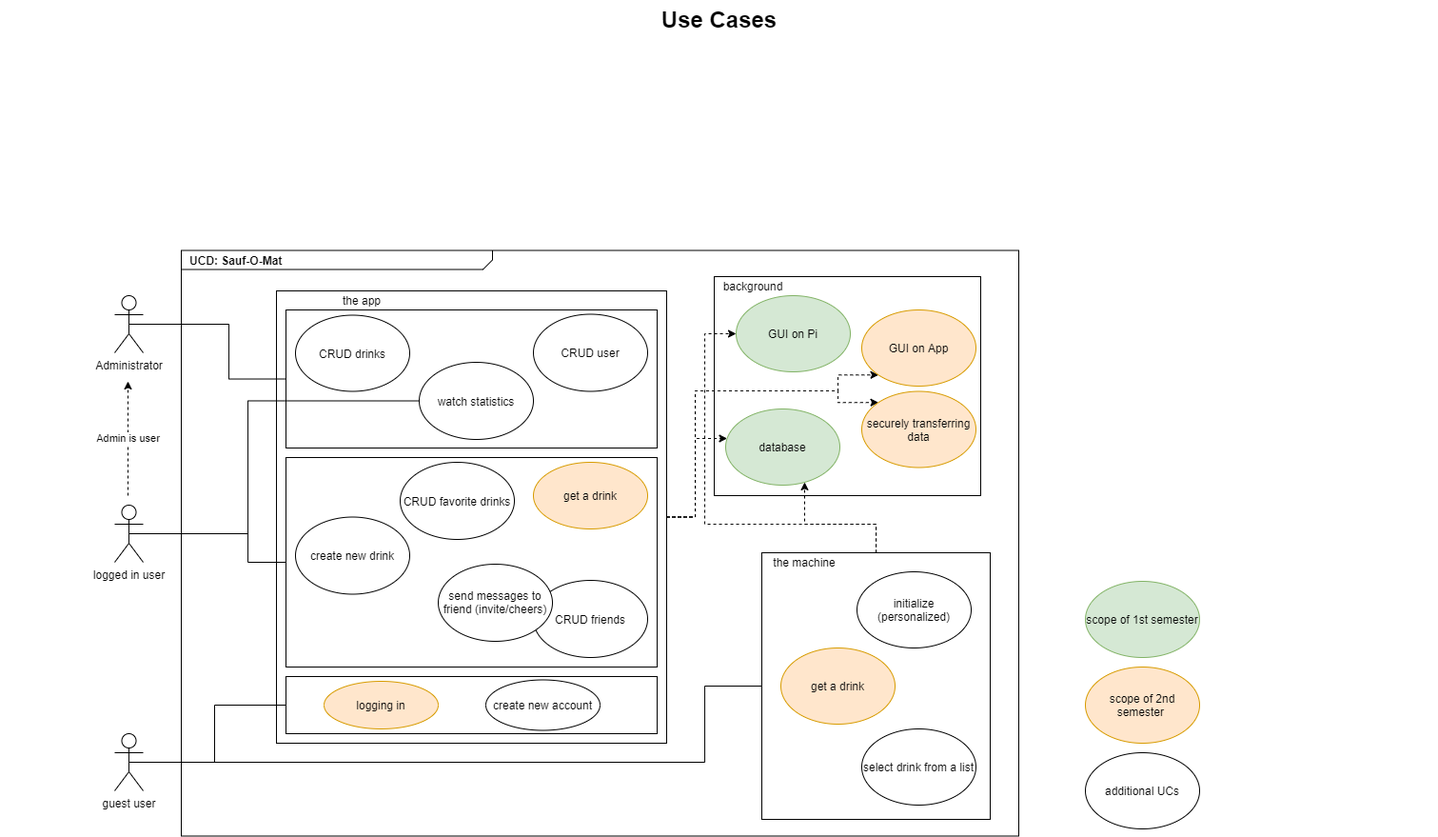
Above: UseCaseDiagram.png in TheLordXII/OneTouch (draw.io), before the change. Source tidied: cells renumbered, new cells last; positions are measured from the earlier drawing's top-left corner, leaving out a move shared by most shapes.
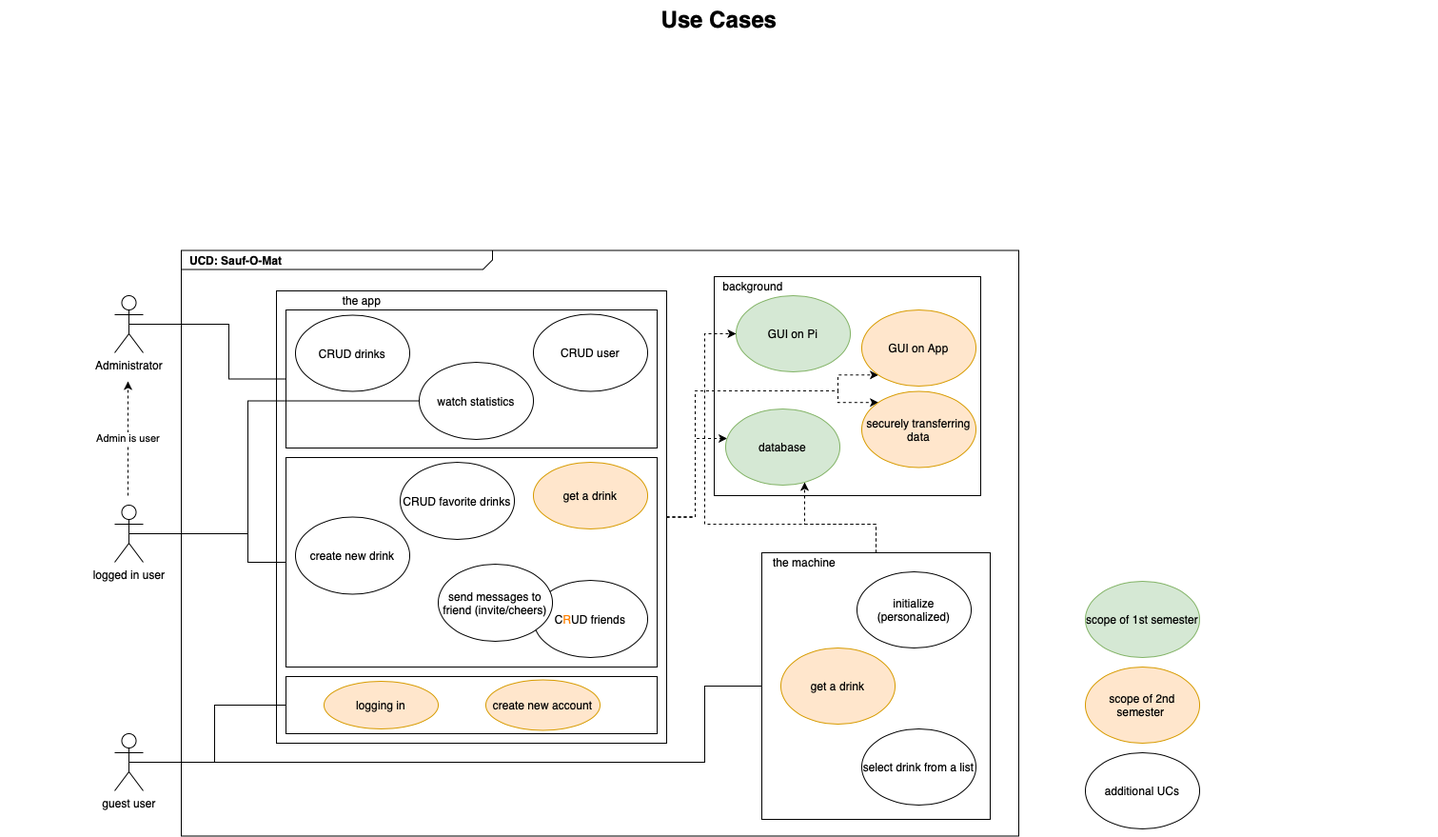
Later version of the same file.

Diff of the diagram source:
```diff
@@ -157,13 +157,13 @@
     <mxCell id="35" value="CRUD favorite drinks" style="ellipse;whiteSpace=wrap;html=1;" parent="1" vertex="1">
       <mxGeometry x="420" y="485" width="120" height="81" as="geometry" />
     </mxCell>
-    <mxCell id="36" value="CRUD friends" style="ellipse;whiteSpace=wrap;html=1;" parent="1" vertex="1">
+    <mxCell id="36" value="C&lt;font color=&quot;#ff8000&quot;&gt;R&lt;/font&gt;UD friends" style="ellipse;whiteSpace=wrap;html=1;" parent="1" vertex="1">
       <mxGeometry x="560" y="609" width="120" height="81" as="geometry" />
     </mxCell>
     <mxCell id="37" value="send messages to friend (invite/cheers)" style="ellipse;whiteSpace=wrap;html=1;" parent="1" vertex="1">
       <mxGeometry x="460" y="592" width="120" height="81" as="geometry" />
     </mxCell>
-    <mxCell id="38" value="create new account" style="ellipse;whiteSpace=wrap;html=1;" parent="1" vertex="1">
+    <mxCell id="38" value="create new account" style="ellipse;whiteSpace=wrap;html=1;fillColor=#ffe6cc;strokeColor=#d79b00;" parent="1" vertex="1">
       <mxGeometry x="510" y="713.5" width="120" height="53" as="geometry" />
     </mxCell>
     <mxCell id="39" value="get a drink" style="ellipse;whiteSpace=wrap;html=1;fillColor=#ffe6cc;strokeColor=#d79b00;" parent="1" vertex="1">
```
